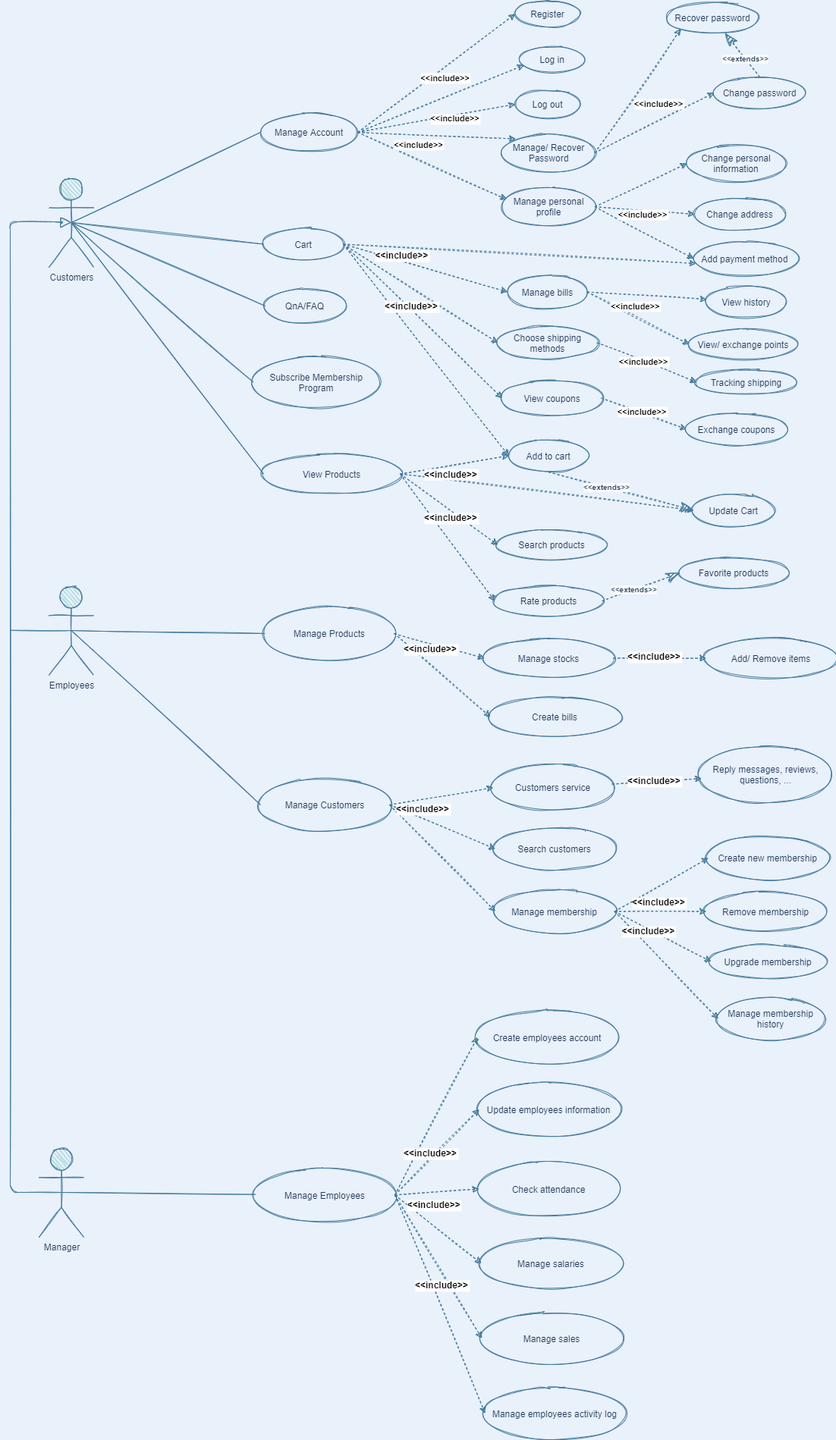
The draw.io diagram Diagram/Usecase diagram.png in xiaolanren01/CosmesticShopManagement, before a commit. Source tidied: cells renumbered, new cells last; positions are measured from the earlier drawing's top-left corner, leaving out a move shared by most shapes.
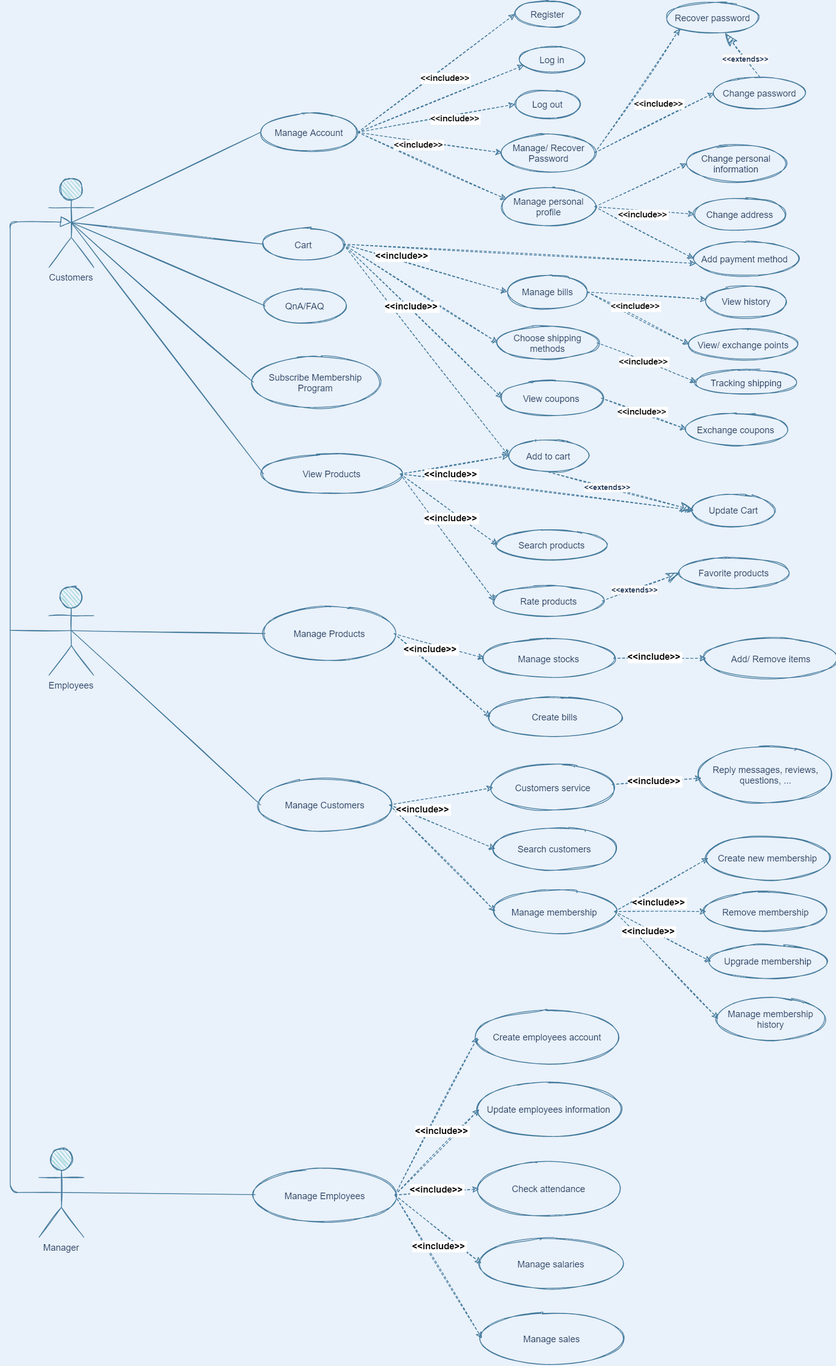
The same file after the commit.

Commit message:
Usecase diagram

Change to the diagram source:
```diff
@@ -46,7 +46,7 @@
     <mxCell id="15" style="edgeStyle=none;rounded=1;sketch=1;jettySize=auto;html=1;exitX=1;exitY=0.5;exitDx=0;exitDy=0;entryX=0;entryY=0.5;entryDx=0;entryDy=0;fontColor=#1D3557;endArrow=classic;endFill=1;strokeColor=#457B9D;fillColor=#A8DADC;dashed=1;" parent="1" edge="1" source="17" target="20">
       <mxGeometry relative="1" as="geometry" />
     </mxCell>
-    <mxCell id="16" style="edgeStyle=none;rounded=1;sketch=1;jettySize=auto;html=1;exitX=1;exitY=0.5;exitDx=0;exitDy=0;fontColor=#1D3557;endArrow=classic;endFill=1;strokeColor=#457B9D;fillColor=#A8DADC;entryX=0;entryY=0;entryDx=0;entryDy=0;dashed=1;" parent="1" edge="1" source="17" target="23">
+    <mxCell id="16" style="edgeStyle=none;rounded=1;sketch=1;jettySize=auto;html=1;exitX=1;exitY=0.5;exitDx=0;exitDy=0;fontColor=#1D3557;endArrow=classic;endFill=1;strokeColor=#457B9D;fillColor=#A8DADC;entryX=0;entryY=0.5;entryDx=0;entryDy=0;dashed=1;" parent="1" edge="1" source="17" target="23">
       <mxGeometry relative="1" as="geometry" />
     </mxCell>
     <mxCell id="17" value="Manage Account" style="ellipse;whiteSpace=wrap;html=1;sketch=1;fontColor=#1D3557;strokeColor=#457B9D;fillColor=none;" parent="1" vertex="1">
@@ -350,9 +350,6 @@
     <mxCell id="114" style="edgeStyle=none;rounded=1;sketch=1;jumpSize=6;jettySize=auto;html=1;shadow=0;dashed=1;labelBackgroundColor=#FAFAFA;fontSize=9;fontColor=#1D3557;startArrow=none;startFill=0;endArrow=classic;endFill=1;strokeColor=#457B9D;strokeWidth=1;fillColor=#A8DADC;entryX=0;entryY=0.5;entryDx=0;entryDy=0;exitX=1;exitY=0.5;exitDx=0;exitDy=0;" parent="1" edge="1" source="116" target="121">
       <mxGeometry relative="1" as="geometry" />
     </mxCell>
-    <mxCell id="115" style="edgeStyle=none;rounded=1;sketch=1;jumpSize=6;jettySize=auto;html=1;shadow=0;dashed=1;labelBackgroundColor=#FAFAFA;fontSize=9;fontColor=#1D3557;startArrow=none;startFill=0;endArrow=classic;endFill=1;strokeColor=#457B9D;strokeWidth=1;fillColor=#A8DADC;exitX=1;exitY=0.5;exitDx=0;exitDy=0;entryX=0;entryY=0.5;entryDx=0;entryDy=0;" parent="1" edge="1" source="116" target="122">
-      <mxGeometry relative="1" as="geometry" />
-    </mxCell>
     <mxCell id="116" value="Manage Employees" style="ellipse;whiteSpace=wrap;html=1;fontColor=#1D3557;verticalAlign=middle;strokeColor=#457B9D;fillColor=none;sketch=1;" parent="1" vertex="1">
       <mxGeometry x="323" y="1541" width="184" height="69" as="geometry" />
     </mxCell>
@@ -371,17 +368,14 @@
     <mxCell id="121" value="Manage sales" style="ellipse;whiteSpace=wrap;html=1;fontColor=#1D3557;verticalAlign=middle;strokeColor=#457B9D;fillColor=none;sketch=1;" parent="1" vertex="1">
       <mxGeometry x="621.8" y="1730" width="184" height="69" as="geometry" />
     </mxCell>
-    <mxCell id="122" value="Manage employees activity log" style="ellipse;whiteSpace=wrap;html=1;fontColor=#1D3557;verticalAlign=middle;strokeColor=#457B9D;fillColor=none;sketch=1;" parent="1" vertex="1">
-      <mxGeometry x="626" y="1829" width="184" height="69" as="geometry" />
-    </mxCell>
     <mxCell id="123" value="&lt;&lt;include&gt;&gt;" style="text;align=center;fontStyle=1;verticalAlign=middle;spacingLeft=3;spacingRight=3;sketch=1;labelBackgroundColor=default;fontSize=12;" parent="1" vertex="1">
-      <mxGeometry x="514" y="1507" width="80" height="26" as="geometry" />
+      <mxGeometry x="529" y="1477" width="80" height="26" as="geometry" />
     </mxCell>
     <mxCell id="124" value="&lt;&lt;include&gt;&gt;" style="text;align=center;fontStyle=1;verticalAlign=middle;spacingLeft=3;spacingRight=3;sketch=1;labelBackgroundColor=default;fontSize=12;" parent="1" vertex="1">
-      <mxGeometry x="529" y="1681" width="80" height="26" as="geometry" />
+      <mxGeometry x="525" y="1629" width="80" height="26" as="geometry" />
     </mxCell>
     <mxCell id="125" value="&lt;&lt;include&gt;&gt;" style="text;align=center;fontStyle=1;verticalAlign=middle;spacingLeft=3;spacingRight=3;sketch=1;labelBackgroundColor=default;fontSize=12;" parent="1" vertex="1">
-      <mxGeometry x="518.8" y="1575" width="80" height="26" as="geometry" />
+      <mxGeometry x="522" y="1554.5" width="80" height="26" as="geometry" />
     </mxCell>
   </root>
 </mxGraphModel>
```
